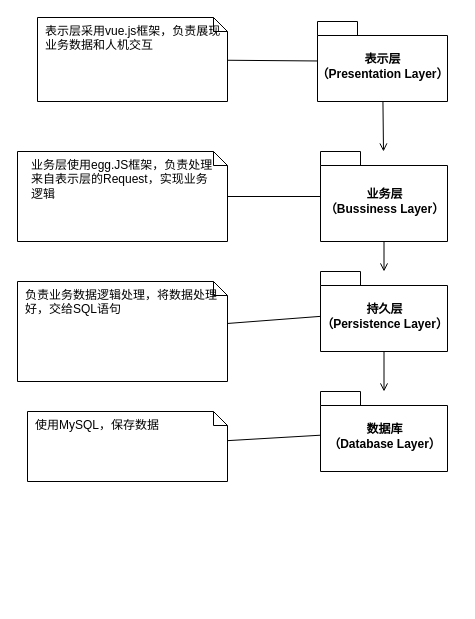
Above: pet/uml/系统分析与设计/uml-软件架构与框架.drawio in JMHello/draw (draw.io), before the change. Source tidied: cells renumbered, new cells numbered last; positions are measured from the earlier drawing's top-left corner, leaving out a move shared by most shapes. Both pictures are drawn from the tidied source at 100%, with x=0, y=0 at pixel (17, 17).
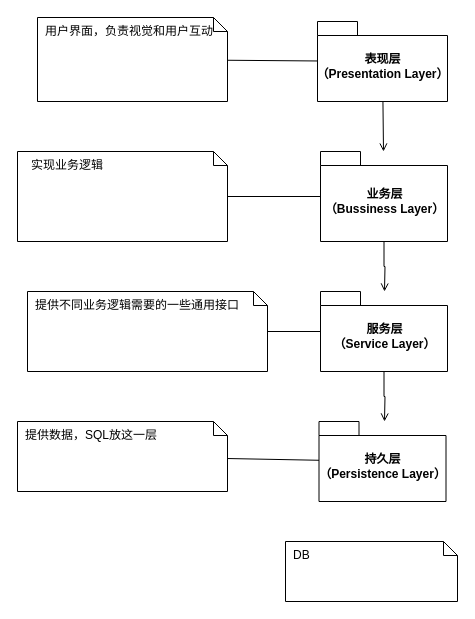
Above is the later version.

Commit message:
Update uml-软件架构与框架.drawio

What changed in the source:
```diff
@@
 <mxGraphModel>
   <root>
     <mxCell id="0" />
     <mxCell id="1" parent="0" />
-    <mxCell id="2" style="edgeStyle=none;rounded=0;jettySize=auto;html=1;endArrow=open;endFill=0;" parent="1" edge="1" source="4" target="10">
-      <mxGeometry relative="1" as="geometry" />
-    </mxCell>
     <mxCell id="3" style="edgeStyle=none;rounded=0;jettySize=auto;html=1;endArrow=none;endFill=0;" parent="1" edge="1" source="4" target="14">
       <mxGeometry relative="1" as="geometry" />
     </mxCell>
+    <mxCell id="17" style="edgeStyle=orthogonalEdgeStyle;rounded=0;jettySize=auto;html=1;endArrow=open;endFill=0;" parent="1" edge="1" source="4">
+      <mxGeometry relative="1" as="geometry">
+        <mxPoint x="367" y="274" as="targetPoint" />
+      </mxGeometry>
+    </mxCell>
     <mxCell id="4" value="业务层&lt;br&gt;（Bussiness Layer）&lt;br&gt;" style="shape=folder;fontStyle=1;spacingTop=10;tabWidth=40;tabHeight=14;tabPosition=left;html=1;" parent="1" vertex="1">
       <mxGeometry x="303" y="134" width="127" height="90" as="geometry" />
     </mxCell>
     <mxCell id="5" style="rounded=0;jettySize=auto;html=1;endArrow=none;endFill=0;" parent="1" edge="1" source="7" target="13">
       <mxGeometry relative="1" as="geometry" />
     </mxCell>
     <mxCell id="6" style="edgeStyle=none;rounded=0;jettySize=auto;html=1;endArrow=open;endFill=0;" parent="1" edge="1" source="7" target="4">
       <mxGeometry relative="1" as="geometry" />
     </mxCell>
-    <mxCell id="7" value="表示层&lt;br&gt;（P&lt;span&gt;resentation Layer&lt;/span&gt;）&lt;br&gt;" style="shape=folder;fontStyle=1;spacingTop=10;tabWidth=40;tabHeight=14;tabPosition=left;html=1;" parent="1" vertex="1">
+    <mxCell id="7" value="表现层&lt;br&gt;（P&lt;span&gt;resentation Layer&lt;/span&gt;）&lt;br&gt;" style="shape=folder;fontStyle=1;spacingTop=10;tabWidth=40;tabHeight=14;tabPosition=left;html=1;" parent="1" vertex="1">
       <mxGeometry x="300" y="4" width="130" height="80" as="geometry" />
     </mxCell>
-    <mxCell id="8" style="edgeStyle=none;rounded=0;jettySize=auto;html=1;endArrow=open;endFill=0;" parent="1" edge="1" source="10" target="12">
-      <mxGeometry relative="1" as="geometry" />
-    </mxCell>
     <mxCell id="9" style="edgeStyle=none;rounded=0;jettySize=auto;html=1;endArrow=none;endFill=0;" parent="1" edge="1" source="10" target="15">
       <mxGeometry relative="1" as="geometry" />
     </mxCell>
-    <mxCell id="10" value="持久层&lt;br&gt;（P&lt;span&gt;ersistence Layer&lt;/span&gt;）&lt;br&gt;" style="shape=folder;fontStyle=1;spacingTop=10;tabWidth=40;tabHeight=14;tabPosition=left;html=1;" parent="1" vertex="1">
-      <mxGeometry x="303" y="254" width="127" height="80" as="geometry" />
-    </mxCell>
-    <mxCell id="11" style="edgeStyle=none;rounded=0;jettySize=auto;html=1;endArrow=none;endFill=0;" parent="1" edge="1" source="12" target="16">
-      <mxGeometry relative="1" as="geometry" />
-    </mxCell>
-    <mxCell id="12" value="数据库&lt;br&gt;（Database Layer）&lt;br&gt;" style="shape=folder;fontStyle=1;spacingTop=10;tabWidth=40;tabHeight=14;tabPosition=left;html=1;" parent="1" vertex="1">
-      <mxGeometry x="303" y="374" width="127" height="80" as="geometry" />
-    </mxCell>
-    <mxCell id="13" value="表示层采用vue.js框架，负责展现业务数据和人机交互" style="shape=note;whiteSpace=wrap;html=1;size=14;verticalAlign=top;align=left;spacingTop=0;spacingLeft=6;spacingRight=6;" parent="1" vertex="1">
+    <mxCell id="13" value="用户界面，负责视觉和用户互动" style="shape=note;whiteSpace=wrap;html=1;size=14;verticalAlign=top;align=left;spacingTop=0;spacingLeft=6;spacingRight=6;" parent="1" vertex="1">
       <mxGeometry x="20" width="190" height="84" as="geometry" />
     </mxCell>
-    <mxCell id="14" value="业务层使用egg.JS框架，负责处理来自表示层的Request，实现业务逻辑" style="shape=note;whiteSpace=wrap;html=1;size=14;verticalAlign=top;align=left;spacingTop=0;spacingLeft=12;spacingRight=12;" parent="1" vertex="1">
+    <mxCell id="14" value="实现业务逻辑" style="shape=note;whiteSpace=wrap;html=1;size=14;verticalAlign=top;align=left;spacingTop=0;spacingLeft=12;spacingRight=12;" parent="1" vertex="1">
       <mxGeometry y="134" width="210" height="90" as="geometry" />
     </mxCell>
-    <mxCell id="15" value="负责业务数据逻辑处理，将数据处理好，交给SQL语句" style="shape=note;whiteSpace=wrap;html=1;size=14;verticalAlign=top;align=left;spacingTop=0;spacingLeft=6;spacingRight=6;" parent="1" vertex="1">
-      <mxGeometry y="264" width="210" height="100" as="geometry" />
+    <mxCell id="15" value="提供数据，SQL放这一层" style="shape=note;whiteSpace=wrap;html=1;size=14;verticalAlign=top;align=left;spacingTop=0;spacingLeft=6;spacingRight=6;" parent="1" vertex="1">
+      <mxGeometry y="404" width="210" height="70" as="geometry" />
     </mxCell>
-    <mxCell id="16" value="使用MySQL，保存数据" style="shape=note;whiteSpace=wrap;html=1;size=14;verticalAlign=top;align=left;spacingTop=0;spacingLeft=6;spacingRight=6;" parent="1" vertex="1">
-      <mxGeometry x="10" y="394" width="200" height="70" as="geometry" />
-    </mxCell>
+    <mxCell id="18" style="edgeStyle=orthogonalEdgeStyle;rounded=0;jettySize=auto;html=1;endArrow=none;endFill=0;" parent="1" edge="1" source="20" target="21">
+      <mxGeometry relative="1" as="geometry" />
+    </mxCell>
+    <mxCell id="19" style="edgeStyle=orthogonalEdgeStyle;rounded=0;jettySize=auto;html=1;endArrow=open;endFill=0;" parent="1" edge="1" source="20">
+      <mxGeometry relative="1" as="geometry">
+        <mxPoint x="367" y="404" as="targetPoint" />
+      </mxGeometry>
+    </mxCell>
+    <mxCell id="20" value="服务层&lt;br&gt;（Service Layer）&lt;br&gt;" style="shape=folder;fontStyle=1;spacingTop=10;tabWidth=40;tabHeight=14;tabPosition=left;html=1;" parent="1" vertex="1">
+      <mxGeometry x="303" y="274" width="127" height="80" as="geometry" />
+    </mxCell>
+    <mxCell id="21" value="提供不同业务逻辑需要的一些通用接口" style="shape=note;whiteSpace=wrap;html=1;size=14;verticalAlign=top;align=left;spacingTop=0;spacingLeft=6;spacingRight=6;" parent="1" vertex="1">
+      <mxGeometry x="10" y="274" width="240" height="80" as="geometry" />
+    </mxCell>
+    <mxCell id="10" value="持久层&lt;br&gt;（P&lt;span&gt;ersistence Layer&lt;/span&gt;）&lt;br&gt;" style="shape=folder;fontStyle=1;spacingTop=10;tabWidth=40;tabHeight=14;tabPosition=left;html=1;" parent="1" vertex="1">
+      <mxGeometry x="301.5" y="404" width="127" height="80" as="geometry" />
+    </mxCell>
+    <mxCell id="22" value="DB" style="shape=note;whiteSpace=wrap;html=1;size=14;verticalAlign=top;align=left;spacingTop=0;spacingLeft=6;spacingRight=6;" parent="1" vertex="1">
+      <mxGeometry x="268" y="524" width="172" height="60" as="geometry" />
+    </mxCell>
   </root>
 </mxGraphModel>
```
